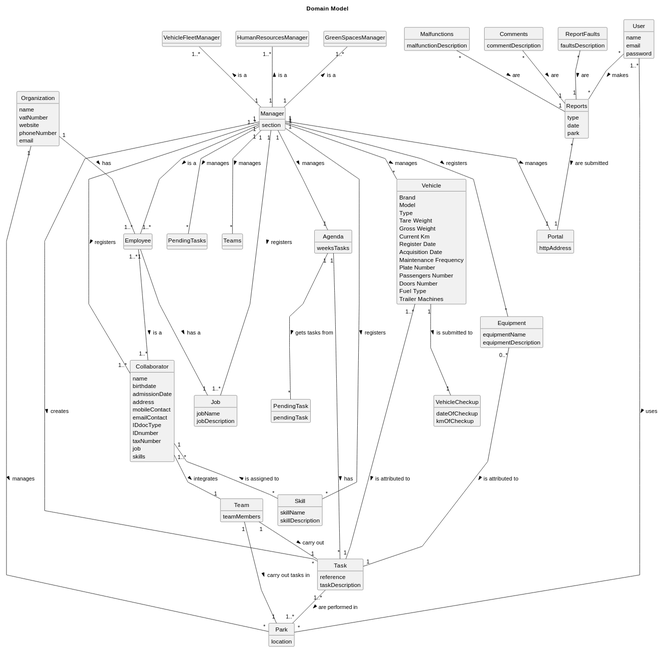
Earlier version of the PlantUML export docs/sprintB/global-artifacts/02.analysis/svg/project-domain-model.svg (Paulo-Pereira-at-ISEP/lei-24-s2-1nanb-g321).
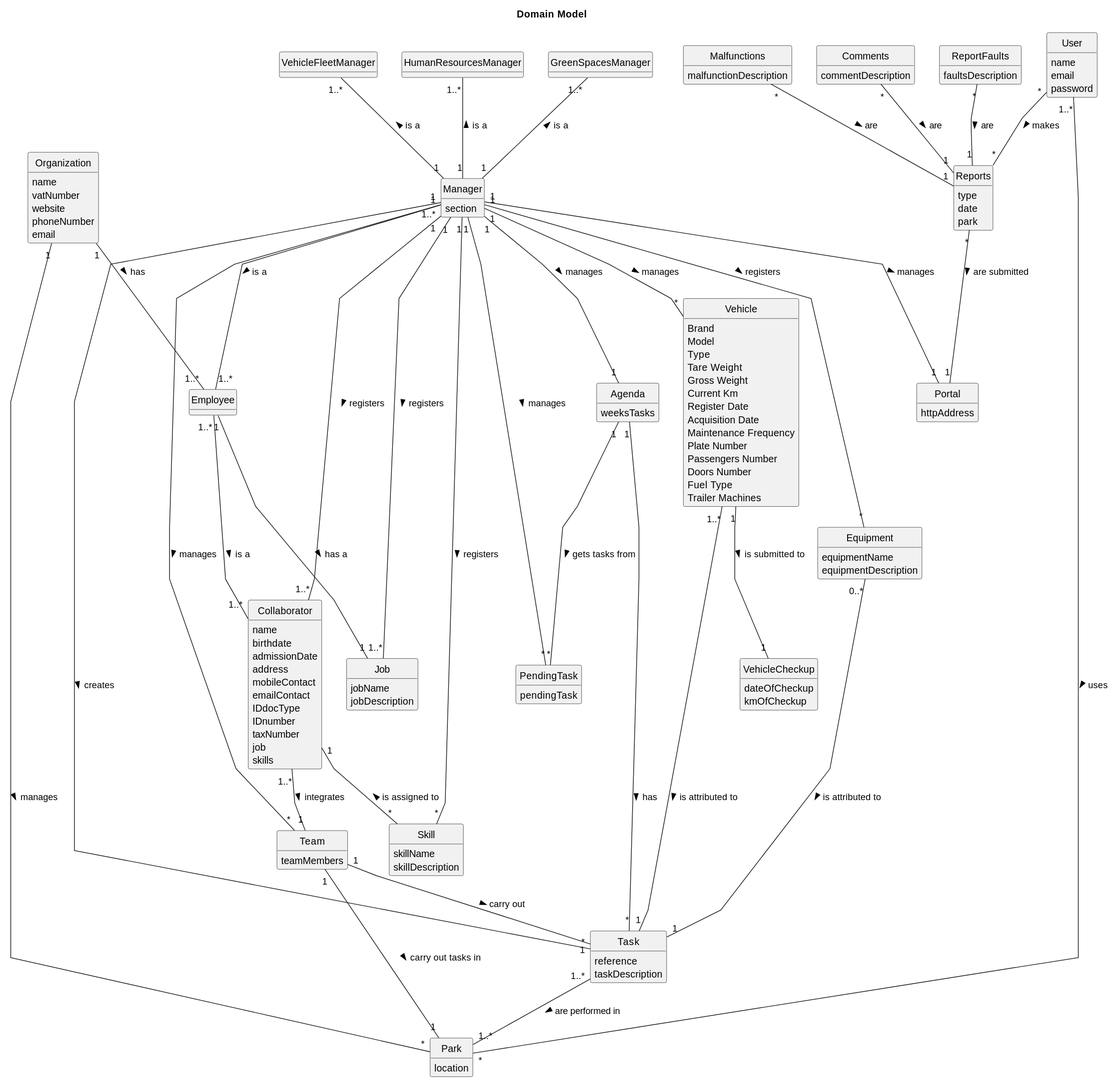
Later version of the same file.

Commit message:
LGGPM-107 - Global - Domain Model update

The edit, as a diff of the source:
```diff
@@ -148,11 +148,11 @@
 Manager "1" -- "*" Skill: registers >
 Manager "1" -- "1..*" Collaborator: registers >
 Manager "1" -- "1" Agenda: manages >
-Manager "1" -- "*" PendingTasks: manages >
+Manager "1" -- "*" PendingTask: manages >
 Manager "1" -- "*" Equipment: registers >
 Manager "1" -- "*" Vehicle: manages >
 Manager "1" -- "*" Task: creates >
-Manager "1" -- "*" Teams: manages >
+Manager "1" -- "*" Team: manages >
 Manager "1" --up "1..*" HumanResourcesManager: is a >
 Manager "1" --up "1..*" VehicleFleetManager: is a >
 Manager "1" --up "1..*" GreenSpacesManager: is a >
```
